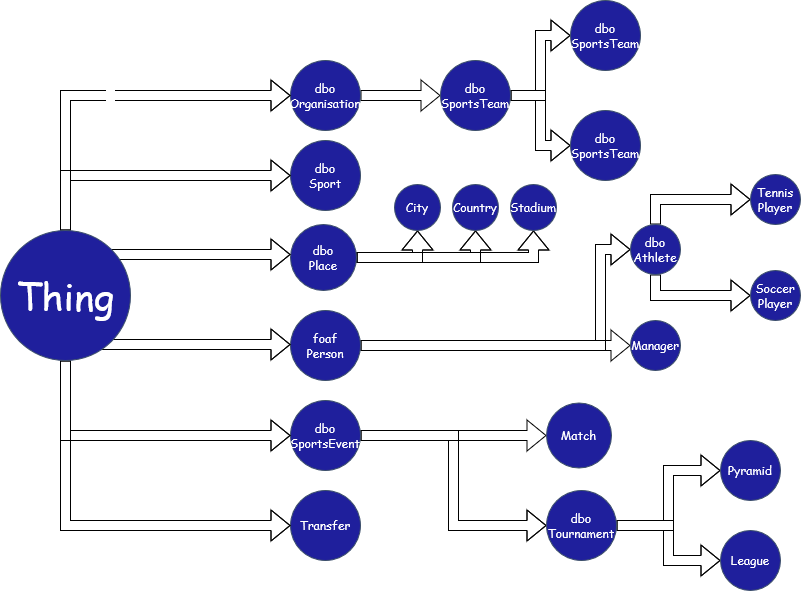
Above: visualize/sports_ontology.png in costinbusioc/Sport-Ontology (draw.io), before the change. Source tidied: cells renumbered, new cells last; positions are measured from the earlier drawing's top-left corner, leaving out a move shared by most shapes.
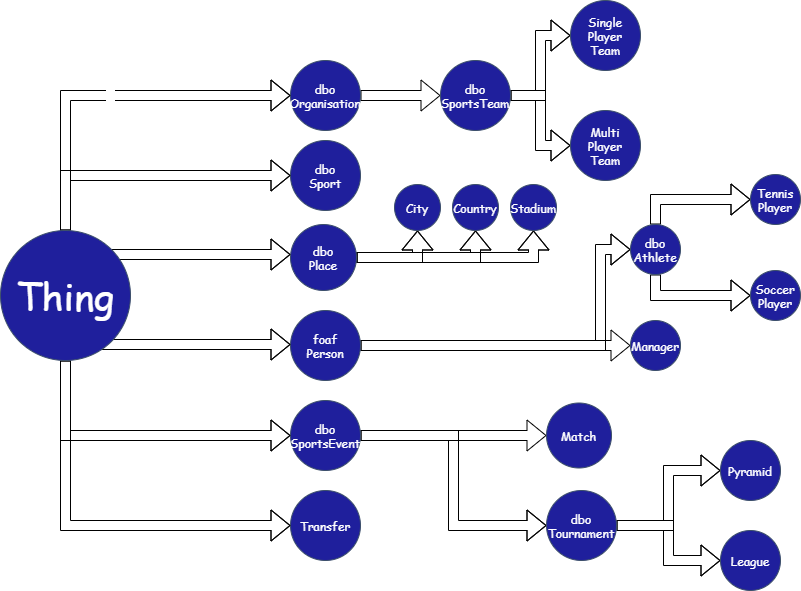
Above is the later version.

Diff of the diagram source:
```diff
@@ -17,10 +17,10 @@
     <mxCell id="6" value="dbo&lt;br&gt;SportsTeam" style="ellipse;html=1;fillColor=#1F1F9C;strokeColor=#3D506B;fontFamily=Comic Sans MS;fontColor=#FFFFFF;fontSize=12;whiteSpace=wrap;" parent="1" vertex="1">
       <mxGeometry x="440" y="60" width="70" height="70" as="geometry" />
     </mxCell>
-    <mxCell id="7" value="dbo&lt;br&gt;SportsTeam" style="ellipse;html=1;fillColor=#1F1F9C;strokeColor=#3D506B;fontFamily=Comic Sans MS;fontColor=#FFFFFF;fontSize=12;whiteSpace=wrap;" parent="1" vertex="1">
+    <mxCell id="7" value="Multi&lt;br&gt;Player&lt;br&gt;Team" style="ellipse;html=1;fillColor=#1F1F9C;strokeColor=#3D506B;fontFamily=Comic Sans MS;fontColor=#FFFFFF;fontSize=12;whiteSpace=wrap;" parent="1" vertex="1">
       <mxGeometry x="570" y="110" width="70" height="70" as="geometry" />
     </mxCell>
-    <mxCell id="8" value="dbo&lt;br&gt;SportsTeam" style="ellipse;html=1;fillColor=#1F1F9C;strokeColor=#3D506B;fontFamily=Comic Sans MS;fontColor=#FFFFFF;fontSize=12;whiteSpace=wrap;" parent="1" vertex="1">
+    <mxCell id="8" value="Single&lt;br&gt;Player&lt;br&gt;Team" style="ellipse;html=1;fillColor=#1F1F9C;strokeColor=#3D506B;fontFamily=Comic Sans MS;fontColor=#FFFFFF;fontSize=12;whiteSpace=wrap;" parent="1" vertex="1">
       <mxGeometry x="570" width="70" height="70" as="geometry" />
     </mxCell>
     <mxCell id="9" value="dbo&lt;br&gt;Sport" style="ellipse;whiteSpace=wrap;html=1;fillColor=#1F1F9C;strokeColor=#3D506B;fontFamily=Comic Sans MS;fontColor=#FFFFFF;" parent="1" vertex="1">
```
